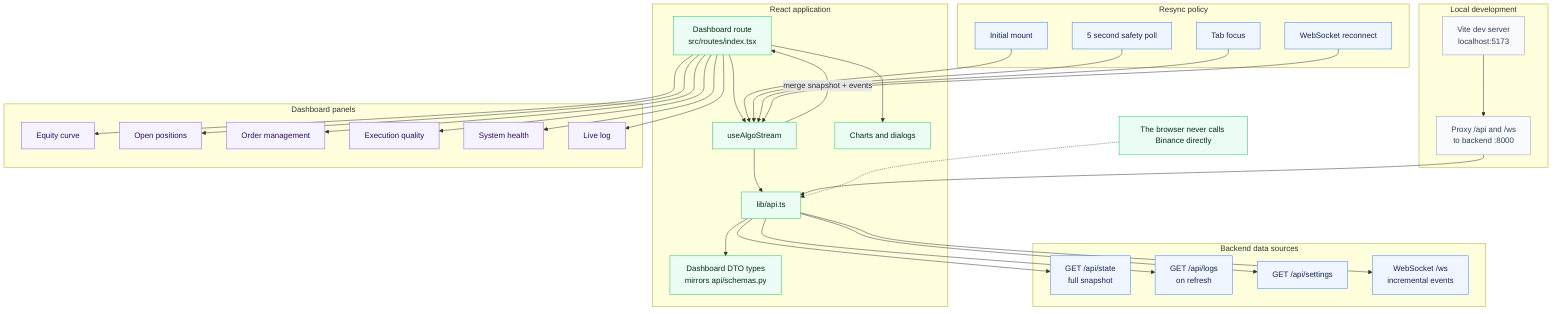
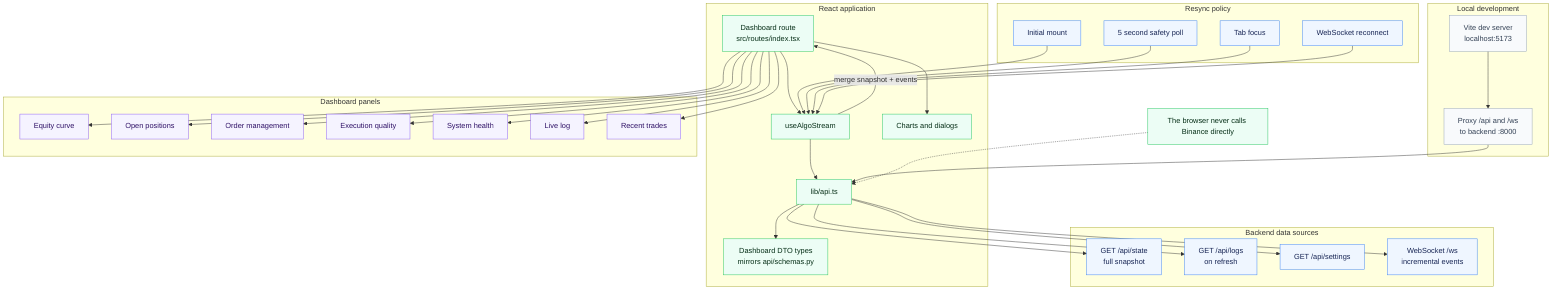
%% Frontend data plane - TanStack Start dashboard
flowchart TB
    subgraph Dev["Local development"]
        VITE["Vite dev server<br/>localhost:5173"]
        PROXY["Proxy /api and /ws<br/>to backend :8000"]
        VITE --> PROXY
    end

    subgraph App["React application"]
        ROUTE["Dashboard route<br/>src/routes/index.tsx"]
        HOOK["useAlgoStream"]
        CLIENT["lib/api.ts"]
        TYPES["Dashboard DTO types<br/>mirrors api/schemas.py"]
        CHARTS["Charts and dialogs"]
        ROUTE --> HOOK --> CLIENT --> TYPES
        ROUTE --> CHARTS
    end

    subgraph Backend["Backend data sources"]
        STATE["GET /api/state<br/>full snapshot"]
        LOGS["GET /api/logs<br/>on refresh"]
        SETTINGS["GET /api/settings"]
        WS["WebSocket /ws<br/>incremental events"]
    end

    subgraph Resync["Resync policy"]
        MOUNT["Initial mount"]
        POLL["5 second safety poll"]
        FOCUS["Tab focus"]
        RECONNECT["WebSocket reconnect"]
    end

    subgraph Panels["Dashboard panels"]
        PORT["Equity curve"]
        POS["Open positions"]
        OMS["Order management"]
        TCA["Execution quality"]
        HEALTH["System health"]
        AUDIT["Live log"]
+         TRADES["Recent trades"]
    end

    PROXY --> CLIENT
    CLIENT --> STATE
    CLIENT --> LOGS
    CLIENT --> SETTINGS
    CLIENT --> WS
    MOUNT --> HOOK
    POLL --> HOOK
    FOCUS --> HOOK
    RECONNECT --> HOOK
    HOOK -->|"merge snapshot + events"| ROUTE
    ROUTE --> PORT
    ROUTE --> POS
    ROUTE --> OMS
    ROUTE --> TCA
    ROUTE --> HEALTH
    ROUTE --> AUDIT
+     ROUTE --> TRADES

    NOTE["The browser never calls Binance directly"]
    NOTE -.-> CLIENT

    classDef local fill:#f8fafc,stroke:#94a3b8,color:#334155
    classDef app fill:#ecfdf5,stroke:#22c55e,color:#052e16
    classDef api fill:#eff6ff,stroke:#3b82f6,color:#172554
    classDef panel fill:#f5f3ff,stroke:#8b5cf6,color:#2e1065

    class VITE,PROXY local
    class ROUTE,HOOK,CLIENT,TYPES,CHARTS,NOTE app
    class STATE,LOGS,SETTINGS,WS,MOUNT,POLL,FOCUS,RECONNECT api
-     class PORT,POS,OMS,TCA,HEALTH,AUDIT panel
+     class PORT,POS,OMS,TCA,HEALTH,AUDIT,TRADES panel
